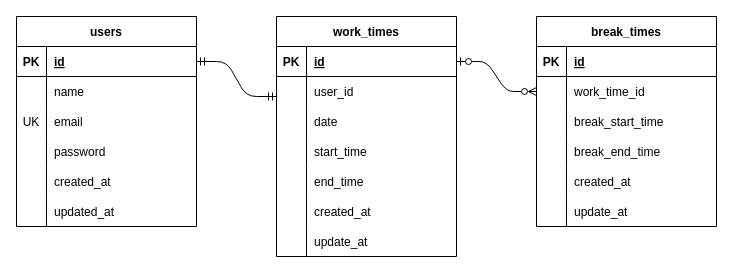
Before: src/Atte_er.dio in ayuka-maruyama/Atte, a draw.io diagram. Source tidied: cells renumbered, new cells numbered last; positions are measured from the earlier drawing's top-left corner, leaving out a move shared by most shapes. Both pictures are drawn from the tidied source at 100%, with x=0, y=0 at pixel (16, 16).
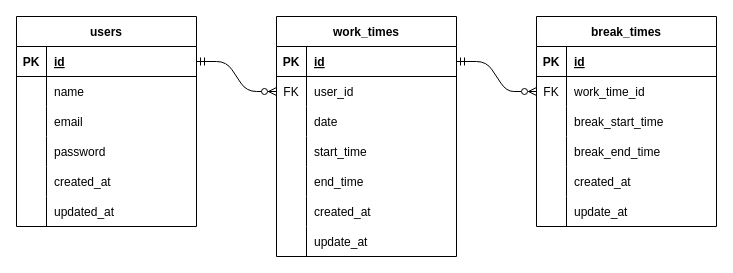
After the change.

The change refers to these unchanged cells:
```xml
<mxCell id="3" style="shape=tableRow;horizontal=0;startSize=0;swimlaneHead=0;swimlaneBody=0;fillColor=none;points=[[0,0.5],[1,0.5]];portConstraint=eastwest;top=0;left=0;right=0;bottom=1;" parent="2" vertex="1">
  <mxGeometry y="30" width="180" height="30" as="geometry" />
</mxCell>
<mxCell id="9" style="shape=tableRow;horizontal=0;startSize=0;swimlaneHead=0;swimlaneBody=0;fillColor=none;top=0;left=0;right=0;bottom=0;" parent="2" vertex="1">
  <mxGeometry y="90" width="180" height="30" as="geometry" />
</mxCell>
<mxCell id="22" style="shape=tableRow;horizontal=0;startSize=0;swimlaneHead=0;swimlaneBody=0;fillColor=none;points=[[0,0.5],[1,0.5]];portConstraint=eastwest;top=0;left=0;right=0;bottom=1;" parent="21" vertex="1">
  <mxGeometry y="30" width="180" height="30" as="geometry" />
</mxCell>
<mxCell id="25" style="shape=tableRow;horizontal=0;startSize=0;swimlaneHead=0;swimlaneBody=0;fillColor=none;points=[[0,0.5],[1,0.5]];portConstraint=eastwest;top=0;left=0;right=0;bottom=0;" parent="21" vertex="1">
  <mxGeometry y="60" width="180" height="30" as="geometry" />
</mxCell>
<mxCell id="47" style="shape=tableRow;horizontal=0;startSize=0;swimlaneHead=0;swimlaneBody=0;fillColor=none;points=[[0,0.5],[1,0.5]];portConstraint=eastwest;top=0;left=0;right=0;bottom=0;" parent="43" vertex="1">
  <mxGeometry y="60" width="180" height="30" as="geometry" />
</mxCell>
```

Change to the diagram source:
```diff
@@
-    <mxCell id="10" value="UK" style="shape=partialRectangle;fillColor=none;top=0;left=0;bottom=0;right=0;overflow=hidden;" parent="9" vertex="1">
+    <mxCell id="10" style="shape=partialRectangle;fillColor=none;top=0;left=0;bottom=0;right=0;overflow=hidden;" parent="9" vertex="1">
       <mxGeometry width="30" height="30" as="geometry" />
     </mxCell>
@@
-    <mxCell id="26" style="shape=partialRectangle;fillColor=none;top=0;left=0;bottom=0;right=0;overflow=hidden;" parent="25" vertex="1">
+    <mxCell id="26" value="FK" style="shape=partialRectangle;fillColor=none;top=0;left=0;bottom=0;right=0;overflow=hidden;" parent="25" vertex="1">
       <mxGeometry width="30" height="30" as="geometry" />
     </mxCell>
@@
-    <mxCell id="48" style="shape=partialRectangle;fillColor=none;top=0;left=0;bottom=0;right=0;overflow=hidden;" parent="47" vertex="1">
+    <mxCell id="48" value="FK" style="shape=partialRectangle;fillColor=none;top=0;left=0;bottom=0;right=0;overflow=hidden;" parent="47" vertex="1">
       <mxGeometry width="30" height="30" as="geometry" />
     </mxCell>
@@
-    <mxCell id="62" style="edgeStyle=entityRelationEdgeStyle;fontSize=12;html=1;endArrow=ERmandOne;endFill=0;exitX=1;exitY=0.5;exitDx=0;exitDy=0;startArrow=ERmandOne;startFill=0;" parent="1" edge="1" source="3">
-      <mxGeometry relative="1" as="geometry">
-        <mxPoint x="260" y="80" as="targetPoint" />
-      </mxGeometry>
-    </mxCell>
-    <mxCell id="63" style="edgeStyle=entityRelationEdgeStyle;fontSize=12;html=1;endArrow=ERzeroToMany;startArrow=ERzeroToOne;exitX=1;exitY=0.5;exitDx=0;exitDy=0;entryX=0;entryY=0.5;entryDx=0;entryDy=0;endFill=0;startFill=0;" parent="1" edge="1" source="22" target="47">
+    <mxCell id="63" style="edgeStyle=entityRelationEdgeStyle;fontSize=12;html=1;endArrow=ERzeroToMany;startArrow=ERmandOne;exitX=1;exitY=0.5;exitDx=0;exitDy=0;entryX=0;entryY=0.5;entryDx=0;entryDy=0;endFill=0;startFill=0;" parent="1" edge="1" source="22" target="47">
       <mxGeometry relative="1" as="geometry" />
     </mxCell>
+    <mxCell id="64" style="edgeStyle=entityRelationEdgeStyle;fontSize=12;html=1;endArrow=ERzeroToMany;endFill=1;entryX=0;entryY=0.5;entryDx=0;entryDy=0;startArrow=ERmandOne;startFill=0;" parent="1" edge="1" source="3" target="25">
+      <mxGeometry relative="1" as="geometry" />
+    </mxCell>
```
